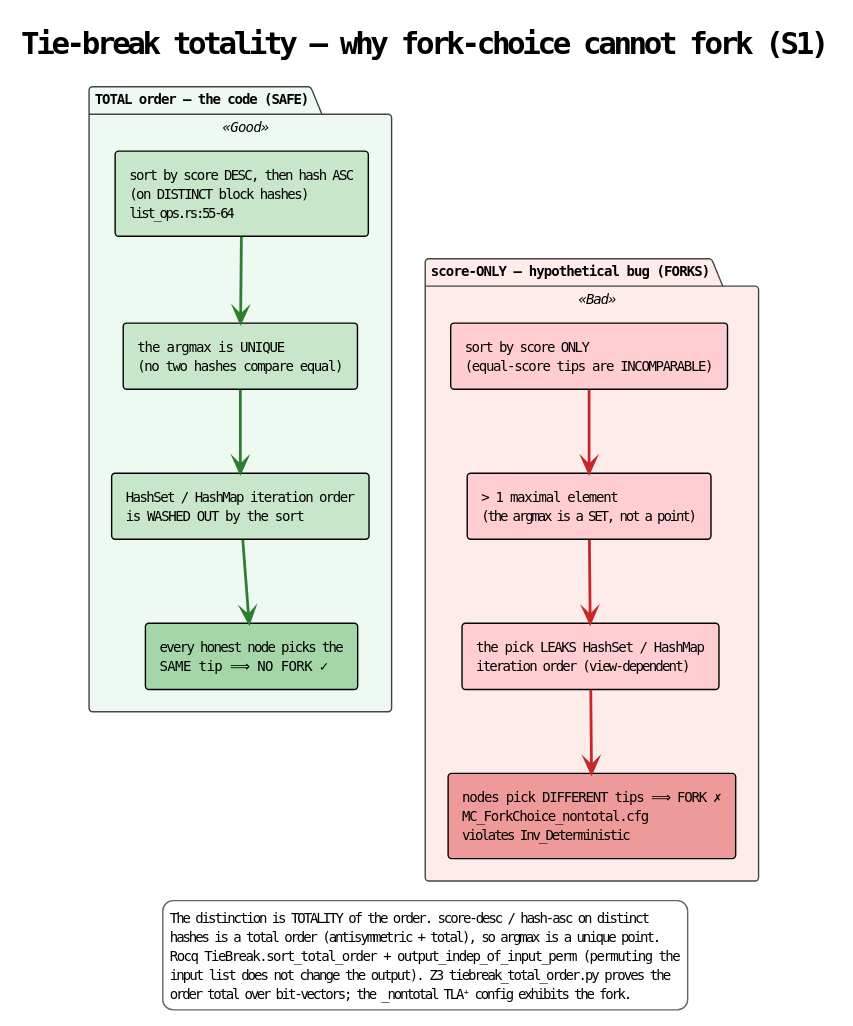
Above: docs/theory/fork-choice/diagrams/04-tiebreak-total-order.svg in F1R3FLY-io/f1r3node-rust (PlantUML), before the change. Source of this version:
```plantuml
@startuml
!theme plain

skinparam componentStyle rectangle
skinparam rectangle {
  FontName "monospace"
  FontSize 10
}
skinparam package {
  BackgroundColor<<Good>> #EEFAF1
  BackgroundColor<<Bad>>  #FDECEA
  BorderColor #444444
}
skinparam legendFontName "monospace"
skinparam legendFontSize 10
skinparam legendBackgroundColor #FFFFFF
skinparam legendBorderColor #666666
skinparam defaultFontName "monospace"
skinparam defaultFontSize 10

title Tie-break totality — why fork-choice cannot fork (S1)


package "TOTAL order — the code (SAFE)" <<Good>> {
  rectangle "sort by score DESC, then hash ASC\n(on DISTINCT block hashes)\nlist_ops.rs:55-64" as G1 #C8E6C9
  rectangle "the argmax is UNIQUE\n(no two hashes compare equal)" as G2 #C8E6C9
  rectangle "HashSet / HashMap iteration order\nis WASHED OUT by the sort" as G3 #C8E6C9
  rectangle "every honest node picks the\nSAME tip  ⟹  NO FORK ✓" as G4 #A5D6A7
  G1 -[#2E7D32,bold]-> G2
  G2 -[#2E7D32,bold]-> G3
  G3 -[#2E7D32,bold]-> G4
}

package "score-ONLY — hypothetical bug (FORKS)" <<Bad>> {
  rectangle "sort by score ONLY\n(equal-score tips are INCOMPARABLE)" as B1 #FFCDD2
  rectangle "> 1 maximal element\n(the argmax is a SET, not a point)" as B2 #FFCDD2
  rectangle "the pick LEAKS HashSet / HashMap\niteration order (view-dependent)" as B3 #FFCDD2
  rectangle "nodes pick DIFFERENT tips  ⟹  FORK ✗\nMC_ForkChoice_nontotal.cfg\nviolates Inv_Deterministic" as B4 #EF9A9A
  B1 -[#C62828,bold]-> B2
  B2 -[#C62828,bold]-> B3
  B3 -[#C62828,bold]-> B4
}

G1 -[hidden]-> B1
G4 -[hidden]-> B4

legend bottom
  The distinction is TOTALITY of the order. score-desc / hash-asc on distinct
  hashes is a total order (antisymmetric + total), so argmax is a unique point.
  Rocq TieBreak.sort_total_order + output_indep_of_input_perm (permuting the
  input list does not change the output). Z3 tiebreak_total_order.py proves the
  order total over bit-vectors; the _nontotal TLA⁺ config exhibits the fork.
endlegend
@enduml
```
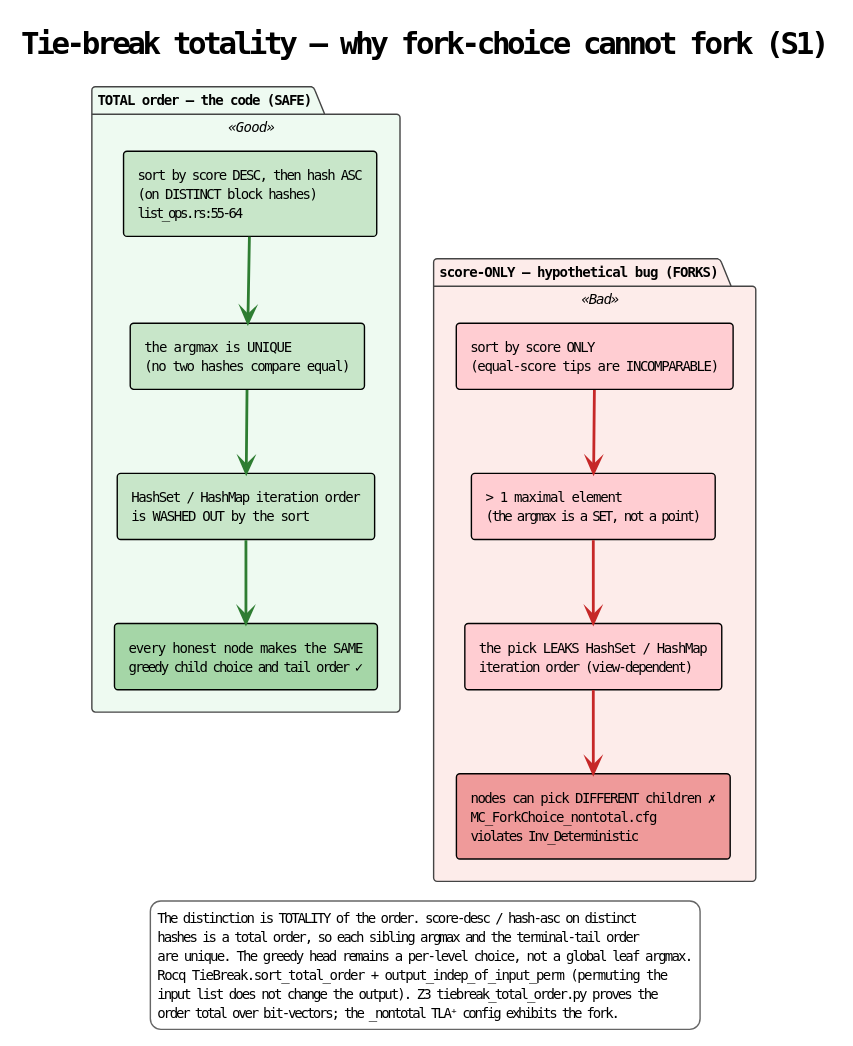
Later version of the same file.

What changed in the source:
```diff
@@ -25,7 +25,7 @@
   rectangle "sort by score DESC, then hash ASC\n(on DISTINCT block hashes)\nlist_ops.rs:55-64" as G1 #C8E6C9
   rectangle "the argmax is UNIQUE\n(no two hashes compare equal)" as G2 #C8E6C9
   rectangle "HashSet / HashMap iteration order\nis WASHED OUT by the sort" as G3 #C8E6C9
-  rectangle "every honest node picks the\nSAME tip  ⟹  NO FORK ✓" as G4 #A5D6A7
+  rectangle "every honest node makes the SAME\ngreedy child choice and tail order ✓" as G4 #A5D6A7
   G1 -[#2E7D32,bold]-> G2
   G2 -[#2E7D32,bold]-> G3
   G3 -[#2E7D32,bold]-> G4
@@ -35,7 +35,7 @@
   rectangle "sort by score ONLY\n(equal-score tips are INCOMPARABLE)" as B1 #FFCDD2
   rectangle "> 1 maximal element\n(the argmax is a SET, not a point)" as B2 #FFCDD2
   rectangle "the pick LEAKS HashSet / HashMap\niteration order (view-dependent)" as B3 #FFCDD2
-  rectangle "nodes pick DIFFERENT tips  ⟹  FORK ✗\nMC_ForkChoice_nontotal.cfg\nviolates Inv_Deterministic" as B4 #EF9A9A
+  rectangle "nodes can pick DIFFERENT children ✗\nMC_ForkChoice_nontotal.cfg\nviolates Inv_Deterministic" as B4 #EF9A9A
   B1 -[#C62828,bold]-> B2
   B2 -[#C62828,bold]-> B3
   B3 -[#C62828,bold]-> B4
@@ -46,7 +46,8 @@
 
 legend bottom
   The distinction is TOTALITY of the order. score-desc / hash-asc on distinct
-  hashes is a total order (antisymmetric + total), so argmax is a unique point.
+  hashes is a total order, so each sibling argmax and the terminal-tail order
+  are unique. The greedy head remains a per-level choice, not a global leaf argmax.
   Rocq TieBreak.sort_total_order + output_indep_of_input_perm (permuting the
   input list does not change the output). Z3 tiebreak_total_order.py proves the
   order total over bit-vectors; the _nontotal TLA⁺ config exhibits the fork.
```
